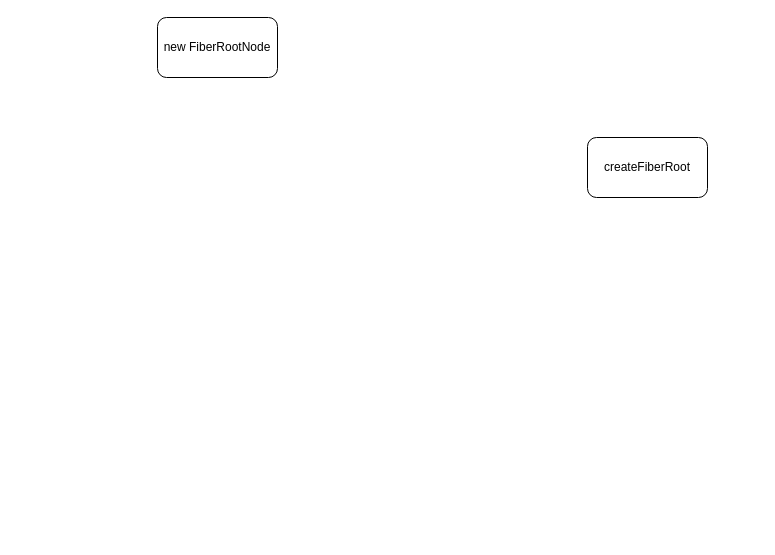
linround/gitBook keeps this draw.io diagram as React/proj/未命名绘图.drawio. Above is the earlier version. Source tidied: cells renumbered, new cells numbered last; positions are measured from the earlier drawing's top-left corner, leaving out a move shared by most shapes. Both pictures are drawn from the tidied source at 100%, with x=0, y=0 at pixel (157, 17).
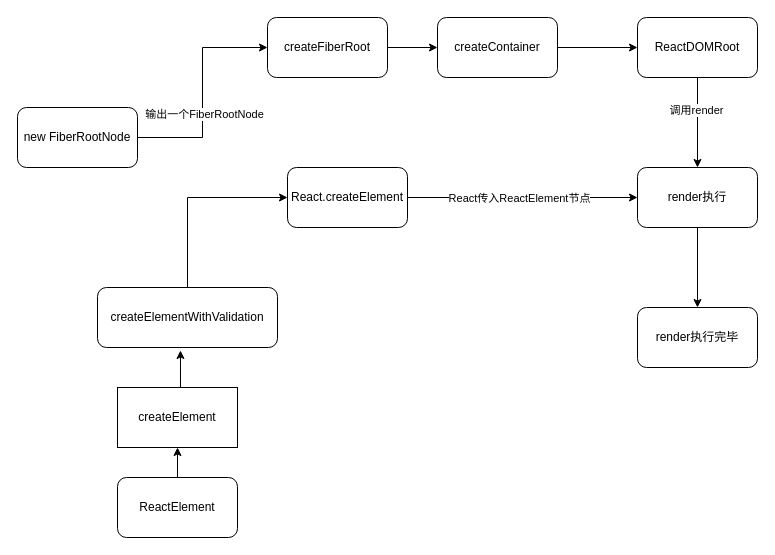
After the change.

Commit message:
更新未命名绘图.drawio

What changed in the source:
```diff
@@
+    <mxCell id="4" style="edgeStyle=orthogonalEdgeStyle;rounded=0;jettySize=auto;html=1;" parent="1" edge="1" source="2" target="8">
+      <mxGeometry relative="1" as="geometry" />
+    </mxCell>
     <mxCell id="2" value="createFiberRoot" style="rounded=1;whiteSpace=wrap;html=1;" parent="1" vertex="1">
-      <mxGeometry x="430" y="120" width="120" height="60" as="geometry" />
+      <mxGeometry x="110" width="120" height="60" as="geometry" />
     </mxCell>
+    <mxCell id="5" style="edgeStyle=orthogonalEdgeStyle;rounded=0;jettySize=auto;html=1;exitX=1;exitY=0.5;exitDx=0;exitDy=0;entryX=0;entryY=0.5;entryDx=0;entryDy=0;" parent="1" edge="1" source="3" target="2">
+      <mxGeometry relative="1" as="geometry" />
+    </mxCell>
+    <mxCell id="6" value="输出一个FiberRootNode" style="edgeLabel;html=1;align=center;verticalAlign=middle;" parent="5" vertex="1">
+      <mxGeometry x="-0.19" y="-1" relative="1" as="geometry" />
+    </mxCell>
     <mxCell id="3" value="new FiberRootNode" style="rounded=1;whiteSpace=wrap;html=1;" parent="1" vertex="1">
-      <mxGeometry width="120" height="60" as="geometry" />
+      <mxGeometry x="-140" y="90" width="120" height="60" as="geometry" />
     </mxCell>
+    <mxCell id="7" style="edgeStyle=orthogonalEdgeStyle;rounded=0;jettySize=auto;html=1;" parent="1" edge="1" source="8" target="11">
+      <mxGeometry relative="1" as="geometry" />
+    </mxCell>
+    <mxCell id="8" value="createContainer" style="whiteSpace=wrap;html=1;rounded=1;" parent="1" vertex="1">
+      <mxGeometry x="280" width="120" height="60" as="geometry" />
+    </mxCell>
+    <mxCell id="9" style="edgeStyle=orthogonalEdgeStyle;rounded=0;jettySize=auto;html=1;" parent="1" edge="1" source="11" target="13">
+      <mxGeometry relative="1" as="geometry" />
+    </mxCell>
+    <mxCell id="10" value="调用render" style="edgeLabel;html=1;align=center;verticalAlign=middle;" parent="9" vertex="1">
+      <mxGeometry x="-0.28" y="-2" relative="1" as="geometry" />
+    </mxCell>
+    <mxCell id="11" value="ReactDOMRoot" style="whiteSpace=wrap;html=1;rounded=1;" parent="1" vertex="1">
+      <mxGeometry x="480" width="120" height="60" as="geometry" />
+    </mxCell>
+    <mxCell id="12" style="edgeStyle=orthogonalEdgeStyle;rounded=0;jettySize=auto;html=1;" parent="1" edge="1" source="13" target="14">
+      <mxGeometry relative="1" as="geometry" />
+    </mxCell>
+    <mxCell id="13" value="render执行" style="whiteSpace=wrap;html=1;rounded=1;" parent="1" vertex="1">
+      <mxGeometry x="480" y="150" width="120" height="60" as="geometry" />
+    </mxCell>
+    <mxCell id="14" value="render执行完毕" style="whiteSpace=wrap;html=1;rounded=1;" parent="1" vertex="1">
+      <mxGeometry x="480" y="290" width="120" height="60" as="geometry" />
+    </mxCell>
+    <mxCell id="15" style="edgeStyle=orthogonalEdgeStyle;rounded=0;jettySize=auto;html=1;exitX=1;exitY=0.5;exitDx=0;exitDy=0;entryX=0;entryY=0.5;entryDx=0;entryDy=0;" parent="1" edge="1" source="17" target="13">
+      <mxGeometry relative="1" as="geometry" />
+    </mxCell>
+    <mxCell id="16" value="React传入ReactElement节点" style="edgeLabel;html=1;align=center;verticalAlign=middle;" parent="15" vertex="1">
+      <mxGeometry x="-0.43" y="-1" relative="1" as="geometry">
+        <mxPoint x="45" y="-1" as="offset" />
+      </mxGeometry>
+    </mxCell>
+    <mxCell id="17" value="React.createElement" style="rounded=1;whiteSpace=wrap;html=1;" parent="1" vertex="1">
+      <mxGeometry x="130" y="150" width="120" height="60" as="geometry" />
+    </mxCell>
+    <mxCell id="18" style="edgeStyle=orthogonalEdgeStyle;rounded=0;jettySize=auto;html=1;exitX=0.5;exitY=0;exitDx=0;exitDy=0;entryX=0;entryY=0.5;entryDx=0;entryDy=0;" parent="1" edge="1" source="19" target="17">
+      <mxGeometry relative="1" as="geometry" />
+    </mxCell>
+    <mxCell id="19" value="createElementWithValidation" style="rounded=1;whiteSpace=wrap;html=1;" parent="1" vertex="1">
+      <mxGeometry x="-60" y="270" width="180" height="60" as="geometry" />
+    </mxCell>
+    <mxCell id="20" value="createElement" style="whiteSpace=wrap;html=1;" parent="1" vertex="1">
+      <mxGeometry x="-40" y="370" width="120" height="60" as="geometry" />
+    </mxCell>
+    <mxCell id="21" style="edgeStyle=orthogonalEdgeStyle;rounded=0;jettySize=auto;html=1;exitX=0.5;exitY=0;exitDx=0;exitDy=0;entryX=0.461;entryY=1.05;entryDx=0;entryDy=0;entryPerimeter=0;" parent="1" edge="1" source="20" target="19">
+      <mxGeometry relative="1" as="geometry" />
+    </mxCell>
+    <mxCell id="22" style="edgeStyle=orthogonalEdgeStyle;rounded=0;jettySize=auto;html=1;exitX=0.5;exitY=0;exitDx=0;exitDy=0;entryX=0.5;entryY=1;entryDx=0;entryDy=0;" parent="1" edge="1" source="23" target="20">
+      <mxGeometry relative="1" as="geometry" />
+    </mxCell>
+    <mxCell id="23" value="ReactElement" style="rounded=1;whiteSpace=wrap;html=1;" parent="1" vertex="1">
+      <mxGeometry x="-40" y="460" width="120" height="60" as="geometry" />
+    </mxCell>
```
